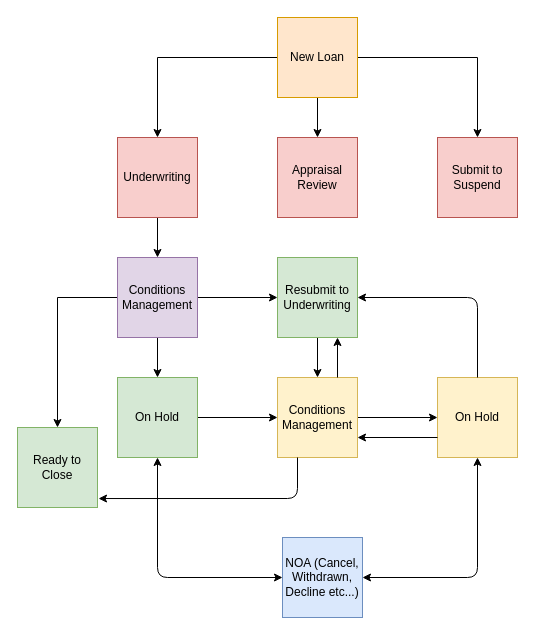
The draw.io diagram page "Page-2" (2 of 2) of Untitled Diagram.drawio in lhesnadeemshaikh/los, before the edit. Source tidied: cells renumbered, new cells numbered last; positions are measured from the earlier drawing's top-left corner, leaving out a move shared by most shapes. Both pictures are drawn from the tidied source at 100%, with x=0, y=0 at pixel (17, 17).
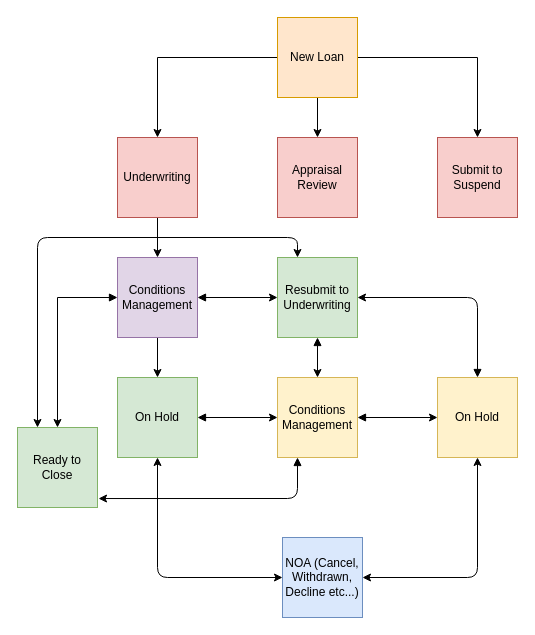
The same page after the edit.

The change refers to these unchanged cells:
```xml
<mxCell id="13" value="Conditions Management" style="whiteSpace=wrap;html=1;fillColor=#e1d5e7;strokeColor=#9673a6;" parent="1" vertex="1">
  <mxGeometry x="100" y="240" width="80" height="80" as="geometry" />
</mxCell>
<mxCell id="14" value="Ready to Close" style="whiteSpace=wrap;html=1;fillColor=#d5e8d4;strokeColor=#82b366;" parent="1" vertex="1">
  <mxGeometry y="410" width="80" height="80" as="geometry" />
</mxCell>
<mxCell id="16" value="On Hold" style="whiteSpace=wrap;html=1;fillColor=#d5e8d4;strokeColor=#82b366;" parent="1" vertex="1">
  <mxGeometry x="100" y="360" width="80" height="80" as="geometry" />
</mxCell>
<mxCell id="18" value="Resubmit to Underwriting" style="whiteSpace=wrap;html=1;fillColor=#d5e8d4;strokeColor=#82b366;" parent="1" vertex="1">
  <mxGeometry x="260" y="240" width="80" height="80" as="geometry" />
</mxCell>
<mxCell id="20" value="Conditions Management" style="whiteSpace=wrap;html=1;fillColor=#fff2cc;strokeColor=#d6b656;" parent="1" vertex="1">
  <mxGeometry x="260" y="360" width="80" height="80" as="geometry" />
</mxCell>
<mxCell id="23" value="On Hold" style="whiteSpace=wrap;html=1;fillColor=#fff2cc;strokeColor=#d6b656;" parent="1" vertex="1">
  <mxGeometry x="420" y="360" width="80" height="80" as="geometry" />
</mxCell>
```

Change to the diagram source:
```diff
@@
-    <mxCell id="10" style="edgeStyle=orthogonalEdgeStyle;rounded=0;jettySize=auto;html=1;" parent="1" edge="1" source="13" target="14">
+    <mxCell id="10" style="edgeStyle=orthogonalEdgeStyle;rounded=0;jettySize=auto;html=1;startArrow=block;startFill=1;" parent="1" edge="1" source="13" target="14">
       <mxGeometry relative="1" as="geometry" />
     </mxCell>
@@
-    <mxCell id="12" style="edgeStyle=orthogonalEdgeStyle;rounded=0;jettySize=auto;html=1;" parent="1" edge="1" source="13" target="18">
+    <mxCell id="12" style="edgeStyle=orthogonalEdgeStyle;rounded=0;jettySize=auto;html=1;startArrow=block;startFill=1;" parent="1" edge="1" source="13" target="18">
       <mxGeometry relative="1" as="geometry" />
     </mxCell>
@@
-    <mxCell id="15" style="edgeStyle=orthogonalEdgeStyle;rounded=0;jettySize=auto;html=1;entryX=0;entryY=0.5;entryDx=0;entryDy=0;" parent="1" edge="1" source="16" target="20">
+    <mxCell id="15" style="edgeStyle=orthogonalEdgeStyle;rounded=0;jettySize=auto;html=1;entryX=0;entryY=0.5;entryDx=0;entryDy=0;startArrow=block;startFill=1;" parent="1" edge="1" source="16" target="20">
       <mxGeometry relative="1" as="geometry" />
     </mxCell>
@@
-    <mxCell id="17" style="edgeStyle=orthogonalEdgeStyle;rounded=0;jettySize=auto;html=1;" parent="1" edge="1" source="18" target="20">
+    <mxCell id="17" style="edgeStyle=orthogonalEdgeStyle;rounded=0;jettySize=auto;html=1;startArrow=block;startFill=1;" parent="1" edge="1" source="18" target="20">
       <mxGeometry relative="1" as="geometry" />
     </mxCell>
@@
-    <mxCell id="19" style="edgeStyle=orthogonalEdgeStyle;rounded=0;jettySize=auto;html=1;" parent="1" edge="1" source="20" target="23">
+    <mxCell id="19" style="edgeStyle=orthogonalEdgeStyle;rounded=0;jettySize=auto;html=1;startArrow=block;startFill=1;" parent="1" edge="1" source="20" target="23">
       <mxGeometry relative="1" as="geometry" />
     </mxCell>
@@
-    <mxCell id="21" style="endArrow=classic;html=1;entryX=0.75;entryY=1;entryDx=0;entryDy=0;exitX=0.75;exitY=0;exitDx=0;exitDy=0;" parent="1" edge="1" source="20" target="18">
-      <mxGeometry relative="1" as="geometry" />
-    </mxCell>
-    <mxCell id="22" style="endArrow=classic;html=1;entryX=1.013;entryY=0.888;entryDx=0;entryDy=0;entryPerimeter=0;exitX=0.25;exitY=1;exitDx=0;exitDy=0;" parent="1" edge="1" source="20" target="14">
+    <mxCell id="22" style="endArrow=classic;html=1;entryX=1.013;entryY=0.888;entryDx=0;entryDy=0;entryPerimeter=0;exitX=0.25;exitY=1;exitDx=0;exitDy=0;startArrow=block;startFill=1;" parent="1" edge="1" source="20" target="14">
       <mxGeometry relative="1" as="geometry">
         <Array as="points">
           <mxPoint x="280" y="481" />
         </Array>
       </mxGeometry>
     </mxCell>
@@
-    <mxCell id="24" style="endArrow=classic;html=1;exitX=0;exitY=0.75;exitDx=0;exitDy=0;entryX=1;entryY=0.75;entryDx=0;entryDy=0;" parent="1" edge="1" source="23" target="20">
-      <mxGeometry relative="1" as="geometry" />
-    </mxCell>
-    <mxCell id="25" style="endArrow=classic;html=1;entryX=1;entryY=0.5;entryDx=0;entryDy=0;exitX=0.5;exitY=0;exitDx=0;exitDy=0;" parent="1" edge="1" source="23" target="18">
+    <mxCell id="25" style="endArrow=classic;html=1;entryX=1;entryY=0.5;entryDx=0;entryDy=0;exitX=0.5;exitY=0;exitDx=0;exitDy=0;startArrow=block;startFill=1;" parent="1" edge="1" source="23" target="18">
       <mxGeometry relative="1" as="geometry">
         <Array as="points">
           <mxPoint x="460" y="280" />
         </Array>
       </mxGeometry>
     </mxCell>
@@
+    <mxCell id="29" style="endArrow=classic;startArrow=classic;html=1;exitX=0.25;exitY=0;exitDx=0;exitDy=0;entryX=0.25;entryY=0;entryDx=0;entryDy=0;" parent="1" edge="1" source="14" target="18">
+      <mxGeometry relative="1" as="geometry">
+        <Array as="points">
+          <mxPoint x="20" y="220" />
+          <mxPoint x="280" y="220" />
+        </Array>
+      </mxGeometry>
+    </mxCell>
```
